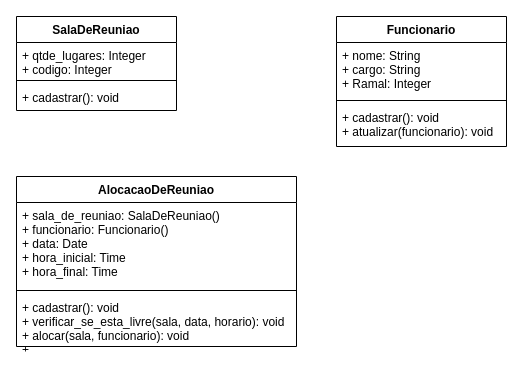
Above: Aulas/Engenharia de software 2/2021-09-27/Salas de reunião.drawio in gustapinto/fatec (draw.io), before the change. Source tidied: cells renumbered, new cells numbered last; positions are measured from the earlier drawing's top-left corner, leaving out a move shared by most shapes. Both pictures are drawn from the tidied source at 100%, with x=0, y=0 at pixel (16, 16).
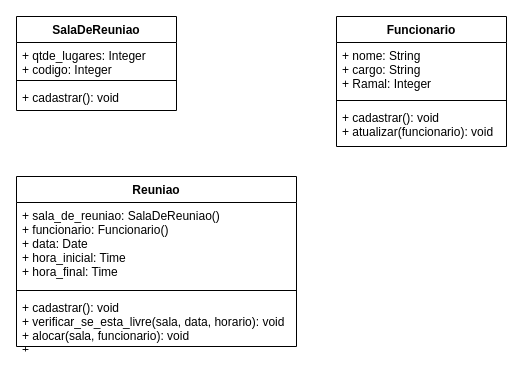
Above is the later version.

Commit message (it also covers changes not shown here):
Engenharia de software 2 - 20211004

Diff of the diagram source:
```diff
@@
 <mxGraphModel>
   <root>
     <mxCell id="0" />
     <mxCell id="1" parent="0" />
     <mxCell id="2" value="SalaDeReuniao" style="swimlane;fontStyle=1;align=center;verticalAlign=top;horizontal=1;startSize=26;" parent="1" vertex="1">
       <mxGeometry width="160" height="94" as="geometry" />
     </mxCell>
     <mxCell id="3" value="+ qtde_lugares: Integer&#10;+ codigo: Integer" style="text;strokeColor=none;fillColor=none;align=left;verticalAlign=top;spacingLeft=4;spacingRight=4;overflow=hidden;" parent="2" vertex="1">
       <mxGeometry y="26" width="160" height="34" as="geometry" />
     </mxCell>
     <mxCell id="4" style="line;strokeWidth=1;fillColor=none;align=left;verticalAlign=middle;spacingTop=-1;spacingLeft=3;spacingRight=3;labelPosition=right;" parent="2" vertex="1">
       <mxGeometry y="60" width="160" height="8" as="geometry" />
     </mxCell>
     <mxCell id="5" value="+ cadastrar(): void" style="text;strokeColor=none;fillColor=none;align=left;verticalAlign=top;spacingLeft=4;spacingRight=4;overflow=hidden;" parent="2" vertex="1">
       <mxGeometry y="68" width="160" height="26" as="geometry" />
     </mxCell>
     <mxCell id="6" value="Funcionario" style="swimlane;fontStyle=1;align=center;verticalAlign=top;horizontal=1;startSize=26;" parent="1" vertex="1">
       <mxGeometry x="320" width="170" height="130" as="geometry" />
     </mxCell>
     <mxCell id="7" value="+ nome: String&#10;+ cargo: String&#10;+ Ramal: Integer" style="text;strokeColor=none;fillColor=none;align=left;verticalAlign=top;spacingLeft=4;spacingRight=4;overflow=hidden;" parent="6" vertex="1">
       <mxGeometry y="26" width="170" height="54" as="geometry" />
     </mxCell>
     <mxCell id="8" style="line;strokeWidth=1;fillColor=none;align=left;verticalAlign=middle;spacingTop=-1;spacingLeft=3;spacingRight=3;labelPosition=right;" parent="6" vertex="1">
       <mxGeometry y="80" width="170" height="8" as="geometry" />
     </mxCell>
     <mxCell id="9" value="+ cadastrar(): void&#10;+ atualizar(funcionario): void" style="text;strokeColor=none;fillColor=none;align=left;verticalAlign=top;spacingLeft=4;spacingRight=4;overflow=hidden;" parent="6" vertex="1">
       <mxGeometry y="88" width="170" height="42" as="geometry" />
     </mxCell>
-    <mxCell id="10" value="AlocacaoDeReuniao" style="swimlane;fontStyle=1;align=center;verticalAlign=top;horizontal=1;startSize=26;" parent="1" vertex="1">
+    <mxCell id="10" value="Reuniao" style="swimlane;fontStyle=1;align=center;verticalAlign=top;horizontal=1;startSize=26;" parent="1" vertex="1">
       <mxGeometry y="160" width="280" height="170" as="geometry" />
     </mxCell>
     <mxCell id="11" value="+ sala_de_reuniao: SalaDeReuniao()&#10;+ funcionario: Funcionario()&#10;+ data: Date&#10;+ hora_inicial: Time&#10;+ hora_final: Time" style="text;strokeColor=none;fillColor=none;align=left;verticalAlign=top;spacingLeft=4;spacingRight=4;overflow=hidden;" parent="10" vertex="1">
       <mxGeometry y="26" width="280" height="84" as="geometry" />
     </mxCell>
     <mxCell id="12" style="line;strokeWidth=1;fillColor=none;align=left;verticalAlign=middle;spacingTop=-1;spacingLeft=3;spacingRight=3;labelPosition=right;" parent="10" vertex="1">
       <mxGeometry y="110" width="280" height="8" as="geometry" />
     </mxCell>
     <mxCell id="13" value="+ cadastrar(): void&#10;+ verificar_se_esta_livre(sala, data, horario): void&#10;+ alocar(sala, funcionario): void&#10;+ " style="text;strokeColor=none;fillColor=none;align=left;verticalAlign=top;spacingLeft=4;spacingRight=4;overflow=hidden;" parent="10" vertex="1">
       <mxGeometry y="118" width="280" height="52" as="geometry" />
     </mxCell>
   </root>
 </mxGraphModel>
```
